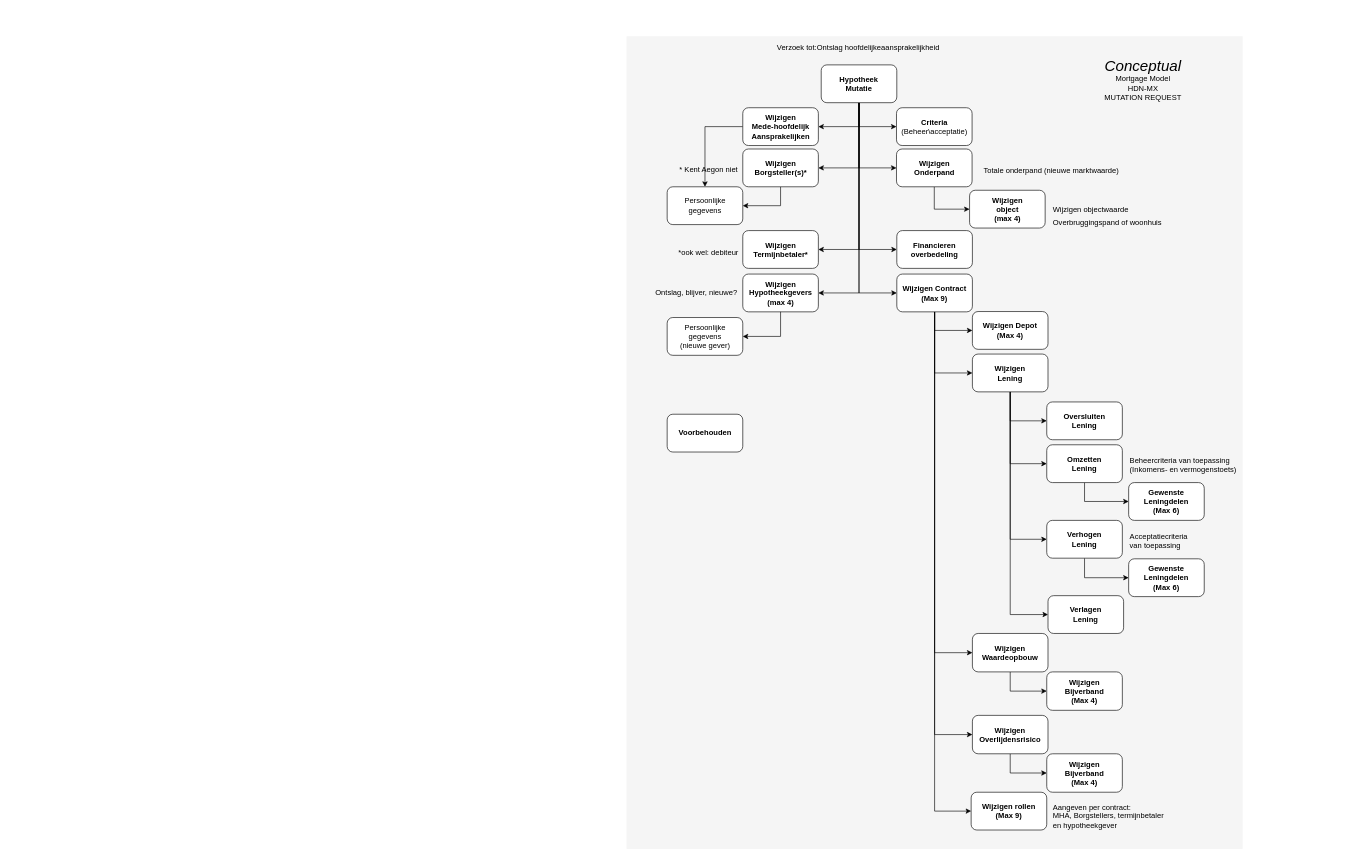
luchthandel/diagrams keeps this draw.io diagram as page "beheer-mutatie" (3 of 15) of 3rdPartyDatasharing-HDN-MX-SX.drawio. Above is the earlier version. Source tidied: cells renumbered, new cells numbered last; positions are measured from the earlier drawing's top-left corner, leaving out a move shared by most shapes. Both pictures are drawn from the tidied source at 63%, with x=0, y=0 at pixel (626, 36).
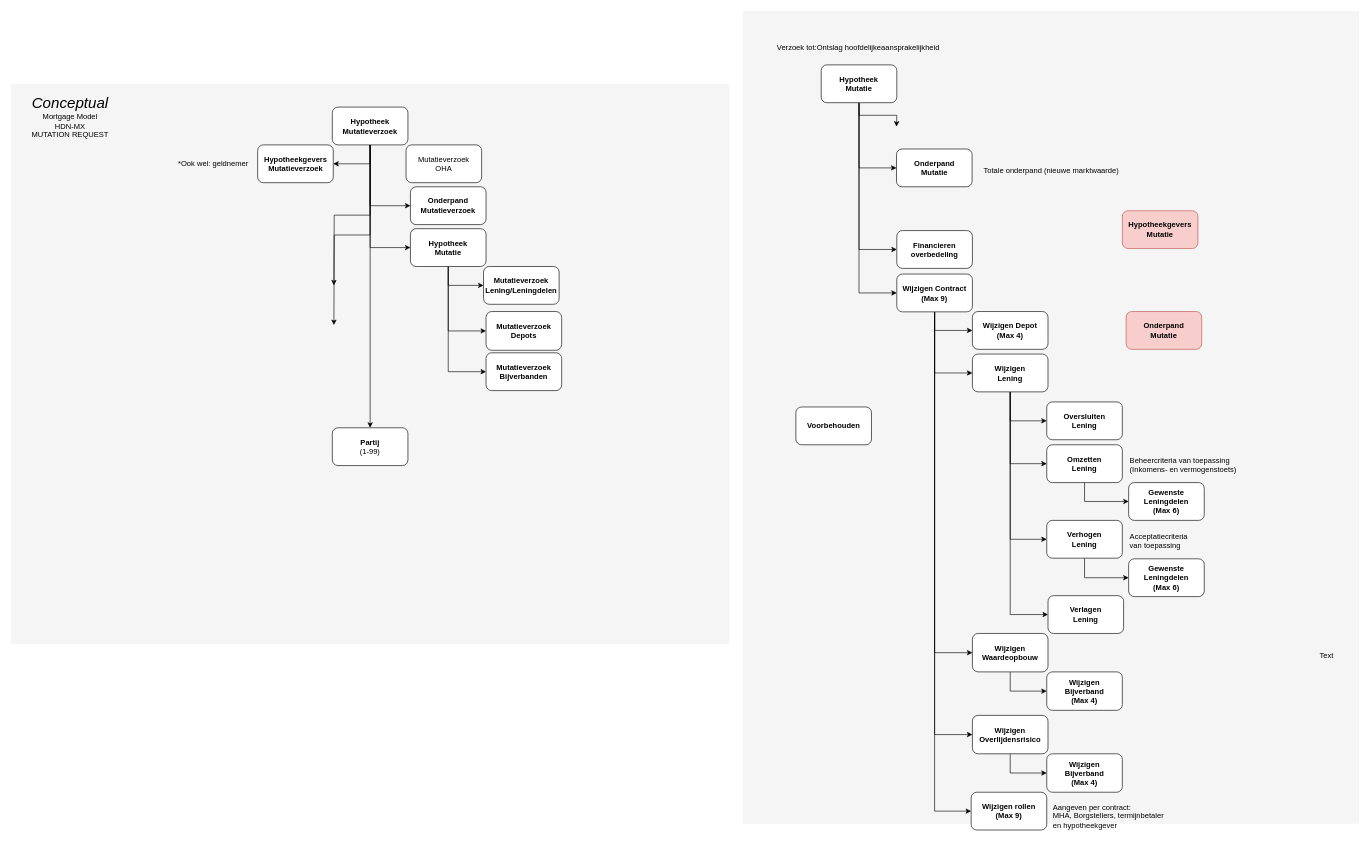
The same diagram, later.

Unchanged cells that the change refers to:
```xml
<mxCell id="12" value="Hypotheek&lt;br&gt;Mutatie" style="rounded=1;whiteSpace=wrap;html=1;fontStyle=1;" parent="1" vertex="1">
  <mxGeometry x="309" y="45.5" width="120" height="60" as="geometry" />
</mxCell>
```

What changed in the source:
```diff
@@
+    <mxCell id="66" style="rounded=0;whiteSpace=wrap;html=1;fontSize=30;align=right;fillColor=#f5f5f5;strokeColor=none;fontColor=#333333;" parent="1" vertex="1">
+      <mxGeometry x="-977.2" y="76" width="1140.5" height="888.5" as="geometry" />
+    </mxCell>
     <mxCell id="2" style="rounded=0;whiteSpace=wrap;html=1;fontSize=30;align=right;fillColor=#f5f5f5;strokeColor=none;fontColor=#333333;" parent="1" vertex="1">
-      <mxGeometry width="978" height="1290" as="geometry" />
+      <mxGeometry x="184.5" y="-40" width="978" height="1290" as="geometry" />
     </mxCell>
     <mxCell id="3" value="&lt;font&gt;&lt;span style=&quot;font-size: 24px&quot;&gt;&lt;i&gt;Conceptual&lt;br&gt;&lt;/i&gt;&lt;/span&gt;Mortgage Model&lt;br&gt;HDN-MX&lt;br&gt;MUTATION REQUEST&lt;br&gt;&lt;/font&gt;" style="text;html=1;strokeColor=none;fillColor=none;align=center;verticalAlign=middle;whiteSpace=wrap;rounded=0;" parent="1" vertex="1">
-      <mxGeometry x="742.5" y="29.5" width="154" height="76" as="geometry" />
+      <mxGeometry x="-960" y="90" width="154" height="76" as="geometry" />
     </mxCell>
@@
-    <mxCell id="7" style="edgeStyle=orthogonalEdgeStyle;rounded=0;jettySize=auto;html=1;exitX=0.5;exitY=1;exitDx=0;exitDy=0;entryX=1;entryY=0.5;entryDx=0;entryDy=0;" parent="1" edge="1" source="12" target="45">
-      <mxGeometry relative="1" as="geometry" />
-    </mxCell>
-    <mxCell id="8" style="edgeStyle=orthogonalEdgeStyle;rounded=0;jettySize=auto;html=1;exitX=0.5;exitY=1;exitDx=0;exitDy=0;entryX=1;entryY=0.5;entryDx=0;entryDy=0;" parent="1" edge="1" source="12" target="46">
-      <mxGeometry relative="1" as="geometry" />
-    </mxCell>
-    <mxCell id="9" style="edgeStyle=orthogonalEdgeStyle;rounded=0;jettySize=auto;html=1;exitX=0.5;exitY=1;exitDx=0;exitDy=0;entryX=1;entryY=0.5;entryDx=0;entryDy=0;" parent="1" edge="1" source="12" target="48">
-      <mxGeometry relative="1" as="geometry" />
-    </mxCell>
-    <mxCell id="10" style="edgeStyle=orthogonalEdgeStyle;rounded=0;jettySize=auto;html=1;exitX=0.5;exitY=1;exitDx=0;exitDy=0;entryX=0;entryY=0.5;entryDx=0;entryDy=0;" parent="1" edge="1" source="12" target="56">
-      <mxGeometry relative="1" as="geometry" />
+    <mxCell id="10" style="edgeStyle=orthogonalEdgeStyle;rounded=0;jettySize=auto;html=1;exitX=0.5;exitY=1;exitDx=0;exitDy=0;entryX=0;entryY=0.5;entryDx=0;entryDy=0;" parent="1" edge="1" source="12">
+      <mxGeometry relative="1" as="geometry">
+        <mxPoint x="428.5" y="143.5" as="targetPoint" />
+      </mxGeometry>
     </mxCell>
-    <mxCell id="11" style="edgeStyle=orthogonalEdgeStyle;rounded=0;jettySize=auto;html=1;exitX=0.5;exitY=1;exitDx=0;exitDy=0;entryX=1;entryY=0.5;entryDx=0;entryDy=0;" parent="1" edge="1" source="12" target="60">
-      <mxGeometry relative="1" as="geometry" />
-    </mxCell>
@@
-    <mxCell id="13" style="edgeStyle=orthogonalEdgeStyle;rounded=0;jettySize=auto;html=1;exitX=0.5;exitY=1;exitDx=0;exitDy=0;entryX=0;entryY=0.5;entryDx=0;entryDy=0;" parent="1" edge="1" source="14" target="40">
-      <mxGeometry relative="1" as="geometry" />
-    </mxCell>
-    <mxCell id="14" value="&lt;b&gt;Wijzigen&lt;br&gt;Onderpand&lt;/b&gt;" style="rounded=1;whiteSpace=wrap;html=1;" parent="1" vertex="1">
+    <mxCell id="14" value="&lt;b&gt;Onderpand&lt;br&gt;Mutatie&lt;/b&gt;" style="rounded=1;whiteSpace=wrap;html=1;" parent="1" vertex="1">
       <mxGeometry x="428.5" y="179" width="120" height="60" as="geometry" />
     </mxCell>
@@
-    <mxCell id="40" value="&lt;b&gt;Wijzigen&lt;/b&gt;&lt;br&gt;&lt;b&gt;object&lt;br&gt;(max 4)&lt;/b&gt;" style="rounded=1;whiteSpace=wrap;html=1;" parent="1" vertex="1">
-      <mxGeometry x="544.5" y="244.5" width="120" height="60" as="geometry" />
-    </mxCell>
@@
-    <mxCell id="43" value="Wijzigen objectwaarde" style="text;html=1;" parent="1" vertex="1">
-      <mxGeometry x="675" y="261.5" width="135" height="27" as="geometry" />
-    </mxCell>
-    <mxCell id="44" style="group;" parent="1" vertex="1">
-      <mxGeometry x="196" y="377.5" width="265.5" height="60" as="geometry" />
-    </mxCell>
-    <mxCell id="45" value="&lt;b&gt;Wijzigen&lt;br&gt;Hypotheekgevers&lt;br&gt;(max 4)&lt;br&gt;&lt;/b&gt;" style="rounded=1;whiteSpace=wrap;html=1;" parent="44" vertex="1">
-      <mxGeometry x="-11.5" width="120" height="60" as="geometry" />
-    </mxCell>
-    <mxCell id="46" value="&lt;b&gt;Wijzigen&lt;br&gt;Termijnbetaler*&lt;br&gt;&lt;/b&gt;" style="rounded=1;whiteSpace=wrap;html=1;" parent="1" vertex="1">
-      <mxGeometry x="184.5" y="308.5" width="120" height="60" as="geometry" />
-    </mxCell>
-    <mxCell id="47" style="edgeStyle=orthogonalEdgeStyle;rounded=0;jettySize=auto;html=1;exitX=0.5;exitY=1;exitDx=0;exitDy=0;entryX=1;entryY=0.5;entryDx=0;entryDy=0;" parent="1" edge="1" source="48" target="62">
-      <mxGeometry relative="1" as="geometry" />
-    </mxCell>
-    <mxCell id="48" value="&lt;b&gt;Wijzigen&lt;br&gt;Borgsteller(s)*&lt;br&gt;&lt;/b&gt;" style="rounded=1;whiteSpace=wrap;html=1;" parent="1" vertex="1">
-      <mxGeometry x="184.5" y="179" width="120" height="60" as="geometry" />
-    </mxCell>
-    <mxCell id="49" value="Ontslag, blijver, nieuwe?" style="text;html=1;" parent="1" vertex="1">
-      <mxGeometry x="44" y="394" width="135" height="27" as="geometry" />
-    </mxCell>
-    <mxCell id="50" value="*ook wel: debiteur" style="text;html=1;align=right;" parent="1" vertex="1">
-      <mxGeometry x="62" y="330" width="117" height="30" as="geometry" />
-    </mxCell>
-    <mxCell id="51" value="* Kent Aegon niet" style="text;html=1;align=right;" parent="1" vertex="1">
-      <mxGeometry x="78" y="198" width="100" height="30" as="geometry" />
-    </mxCell>
-    <mxCell id="52" value="Persoonlijke&lt;br&gt;gegevens&lt;br&gt;(nieuwe gever)" style="rounded=1;whiteSpace=wrap;html=1;fontStyle=0;" parent="1" vertex="1">
-      <mxGeometry x="64.5" y="446.5" width="120" height="60" as="geometry" />
-    </mxCell>
-    <mxCell id="53" style="edgeStyle=orthogonalEdgeStyle;rounded=0;jettySize=auto;html=1;exitX=0.5;exitY=1;exitDx=0;exitDy=0;entryX=1;entryY=0.5;entryDx=0;entryDy=0;" parent="1" edge="1" source="45" target="52">
-      <mxGeometry relative="1" as="geometry" />
-    </mxCell>
@@
-    <mxCell id="56" value="&lt;b&gt;Criteria&lt;/b&gt;&lt;br&gt;(Beheer\acceptatie)" style="rounded=1;whiteSpace=wrap;html=1;" parent="1" vertex="1">
-      <mxGeometry x="428.5" y="113.5" width="120" height="60" as="geometry" />
-    </mxCell>
@@
-    <mxCell id="59" style="edgeStyle=orthogonalEdgeStyle;rounded=0;jettySize=auto;html=1;exitX=0;exitY=0.5;exitDx=0;exitDy=0;entryX=0.5;entryY=0;entryDx=0;entryDy=0;" parent="1" edge="1" source="60" target="62">
-      <mxGeometry relative="1" as="geometry" />
-    </mxCell>
-    <mxCell id="60" value="&lt;b&gt;Wijzigen&lt;br&gt;Mede-hoofdelijk&lt;br&gt;Aansprakelijken&lt;br&gt;&lt;/b&gt;" style="rounded=1;whiteSpace=wrap;html=1;" parent="1" vertex="1">
-      <mxGeometry x="184.5" y="113.5" width="120" height="60" as="geometry" />
-    </mxCell>
@@
-    <mxCell id="62" value="Persoonlijke&lt;br&gt;gegevens" style="rounded=1;whiteSpace=wrap;html=1;fontStyle=0;" parent="1" vertex="1">
-      <mxGeometry x="64.5" y="239" width="120" height="60" as="geometry" />
-    </mxCell>
@@
-    <mxCell id="64" value="Overbruggingspand of woonhuis" style="text;html=1;" parent="1" vertex="1">
-      <mxGeometry x="675" y="281.5" width="135" height="27" as="geometry" />
-    </mxCell>
     <mxCell id="65" value="&lt;b&gt;Voorbehouden&lt;/b&gt;" style="rounded=1;whiteSpace=wrap;html=1;" parent="1" vertex="1">
-      <mxGeometry x="64.5" y="600" width="120" height="60" as="geometry" />
+      <mxGeometry x="268.8" y="588.5" width="120" height="60" as="geometry" />
     </mxCell>
+    <mxCell id="67" value="Text" style="text;html=1;align=center;verticalAlign=middle;" parent="1" vertex="1">
+      <mxGeometry x="1091" y="974" width="40" height="20" as="geometry" />
+    </mxCell>
+    <mxCell id="68" value="&lt;b&gt;Hypotheekgevers&lt;br&gt;Mutatie&lt;br&gt;&lt;/b&gt;" style="rounded=1;whiteSpace=wrap;html=1;fillColor=#f8cecc;strokeColor=#b85450;" parent="1" vertex="1">
+      <mxGeometry x="787" y="277" width="120" height="60" as="geometry" />
+    </mxCell>
+    <mxCell id="69" value="&lt;b&gt;Onderpand&lt;br&gt;Mutatie&lt;br&gt;&lt;/b&gt;" style="rounded=1;whiteSpace=wrap;html=1;fillColor=#f8cecc;strokeColor=#b85450;" parent="1" vertex="1">
+      <mxGeometry x="793" y="437" width="120" height="60" as="geometry" />
+    </mxCell>
+    <mxCell id="70" style="edgeStyle=orthogonalEdgeStyle;rounded=0;jettySize=auto;html=1;exitX=0.5;exitY=1;exitDx=0;exitDy=0;entryX=0;entryY=0.5;entryDx=0;entryDy=0;" parent="1" edge="1" source="83" target="76">
+      <mxGeometry relative="1" as="geometry" />
+    </mxCell>
+    <mxCell id="71" value="&lt;b&gt;Onderpand&lt;br&gt;Mutatieverzoek&lt;/b&gt;&lt;b&gt;&lt;br&gt;&lt;/b&gt;" style="rounded=1;whiteSpace=wrap;html=1;" parent="1" vertex="1">
+      <mxGeometry x="-343" y="239" width="120" height="60" as="geometry" />
+    </mxCell>
+    <mxCell id="72" style="edgeStyle=orthogonalEdgeStyle;rounded=0;jettySize=auto;html=1;exitX=0.5;exitY=1;exitDx=0;exitDy=0;entryX=0;entryY=0.5;entryDx=0;entryDy=0;" parent="1" edge="1" source="76" target="77">
+      <mxGeometry relative="1" as="geometry" />
+    </mxCell>
+    <mxCell id="73" style="edgeStyle=orthogonalEdgeStyle;rounded=0;jettySize=auto;html=1;exitX=0.5;exitY=1;exitDx=0;exitDy=0;entryX=1;entryY=0.5;entryDx=0;entryDy=0;" parent="1" edge="1" source="83" target="78">
+      <mxGeometry relative="1" as="geometry" />
+    </mxCell>
+    <mxCell id="74" style="edgeStyle=orthogonalEdgeStyle;rounded=0;jettySize=auto;html=1;entryX=0;entryY=0.5;entryDx=0;entryDy=0;exitX=0.5;exitY=1;exitDx=0;exitDy=0;" parent="1" edge="1" source="76" target="84">
+      <mxGeometry relative="1" as="geometry" />
+    </mxCell>
+    <mxCell id="75" style="edgeStyle=orthogonalEdgeStyle;rounded=0;jettySize=auto;html=1;exitX=0.5;exitY=1;exitDx=0;exitDy=0;entryX=0;entryY=0.5;entryDx=0;entryDy=0;" parent="1" edge="1" source="76" target="86">
+      <mxGeometry relative="1" as="geometry" />
+    </mxCell>
+    <mxCell id="76" value="&lt;b&gt;Hypotheek&lt;br&gt;Mutatie&lt;br&gt;&lt;/b&gt;" style="rounded=1;whiteSpace=wrap;html=1;" parent="1" vertex="1">
+      <mxGeometry x="-343" y="305.5" width="120" height="60" as="geometry" />
+    </mxCell>
+    <mxCell id="77" value="&lt;b&gt;Mutatieverzoek&lt;br&gt;Lening/Leningdelen&lt;br&gt;&lt;/b&gt;" style="rounded=1;whiteSpace=wrap;html=1;" parent="1" vertex="1">
+      <mxGeometry x="-227" y="365.5" width="120" height="60" as="geometry" />
+    </mxCell>
+    <mxCell id="78" value="&lt;b&gt;Hypotheekgevers&lt;br&gt;Mutatieverzoek&lt;/b&gt;&lt;span&gt;&lt;br&gt;&lt;/span&gt;" style="rounded=1;whiteSpace=wrap;html=1;fontStyle=1;" parent="1" vertex="1">
+      <mxGeometry x="-585.5" y="172.5" width="120" height="60" as="geometry" />
+    </mxCell>
+    <mxCell id="79" style="edgeStyle=orthogonalEdgeStyle;rounded=0;jettySize=auto;html=1;exitX=0.5;exitY=1;exitDx=0;exitDy=0;entryX=0;entryY=0.5;entryDx=0;entryDy=0;" parent="1" edge="1" source="83" target="71">
+      <mxGeometry relative="1" as="geometry" />
+    </mxCell>
+    <mxCell id="80" style="edgeStyle=orthogonalEdgeStyle;rounded=0;jettySize=auto;html=1;exitX=0.5;exitY=1;exitDx=0;exitDy=0;entryX=0.5;entryY=0;entryDx=0;entryDy=0;" parent="1" edge="1" source="83" target="87">
+      <mxGeometry relative="1" as="geometry" />
+    </mxCell>
+    <mxCell id="81" style="edgeStyle=orthogonalEdgeStyle;rounded=0;jettySize=auto;html=1;exitX=0.5;exitY=1;exitDx=0;exitDy=0;entryX=1;entryY=0.5;entryDx=0;entryDy=0;" parent="1" edge="1" source="83">
+      <mxGeometry relative="1" as="geometry">
+        <mxPoint x="-464.5" y="395.5" as="targetPoint" />
+      </mxGeometry>
+    </mxCell>
+    <mxCell id="82" style="edgeStyle=orthogonalEdgeStyle;rounded=0;jettySize=auto;html=1;exitX=0.5;exitY=1;exitDx=0;exitDy=0;entryX=1;entryY=0.5;entryDx=0;entryDy=0;" parent="1" edge="1" source="83">
+      <mxGeometry relative="1" as="geometry">
+        <mxPoint x="-464.5" y="458.5" as="targetPoint" />
+      </mxGeometry>
+    </mxCell>
+    <mxCell id="83" value="&lt;span style=&quot;font-weight: 700&quot;&gt;Hypotheek&lt;/span&gt;&lt;br style=&quot;font-weight: 700&quot;&gt;&lt;span style=&quot;font-weight: 700&quot;&gt;Mutatieverzoek&lt;/span&gt;" style="rounded=1;whiteSpace=wrap;html=1;" parent="1" vertex="1">
+      <mxGeometry x="-467" y="112.5" width="120" height="60" as="geometry" />
+    </mxCell>
+    <mxCell id="84" value="&lt;b&gt;Mutatieverzoek&lt;br&gt;&lt;/b&gt;&lt;b&gt;Depots&lt;/b&gt;&lt;b&gt;&lt;br&gt;&lt;/b&gt;" style="rounded=1;whiteSpace=wrap;html=1;" parent="1" vertex="1">
+      <mxGeometry x="-223" y="437" width="120" height="61.5" as="geometry" />
+    </mxCell>
+    <mxCell id="85" value="*Ook wel: geldnemer" style="text;html=1;align=right;" parent="1" vertex="1">
+      <mxGeometry x="-716.5" y="188" width="117" height="30" as="geometry" />
+    </mxCell>
+    <mxCell id="86" value="&lt;b&gt;Mutatieverzoek&lt;br&gt;Bijverbanden&lt;br&gt;&lt;/b&gt;" style="rounded=1;whiteSpace=wrap;html=1;" parent="1" vertex="1">
+      <mxGeometry x="-223" y="502.5" width="120" height="60" as="geometry" />
+    </mxCell>
+    <mxCell id="87" value="Partij&lt;br&gt;&lt;span style=&quot;font-weight: normal&quot;&gt;(1-99)&lt;/span&gt;" style="rounded=1;whiteSpace=wrap;html=1;fontStyle=1;" parent="1" vertex="1">
+      <mxGeometry x="-467" y="621.5" width="120" height="60" as="geometry" />
+    </mxCell>
+    <mxCell id="88" value="Mutatieverzoek&lt;br&gt;OHA" style="rounded=1;whiteSpace=wrap;html=1;" parent="1" vertex="1">
+      <mxGeometry x="-350" y="172.5" width="120" height="60" as="geometry" />
+    </mxCell>
```
